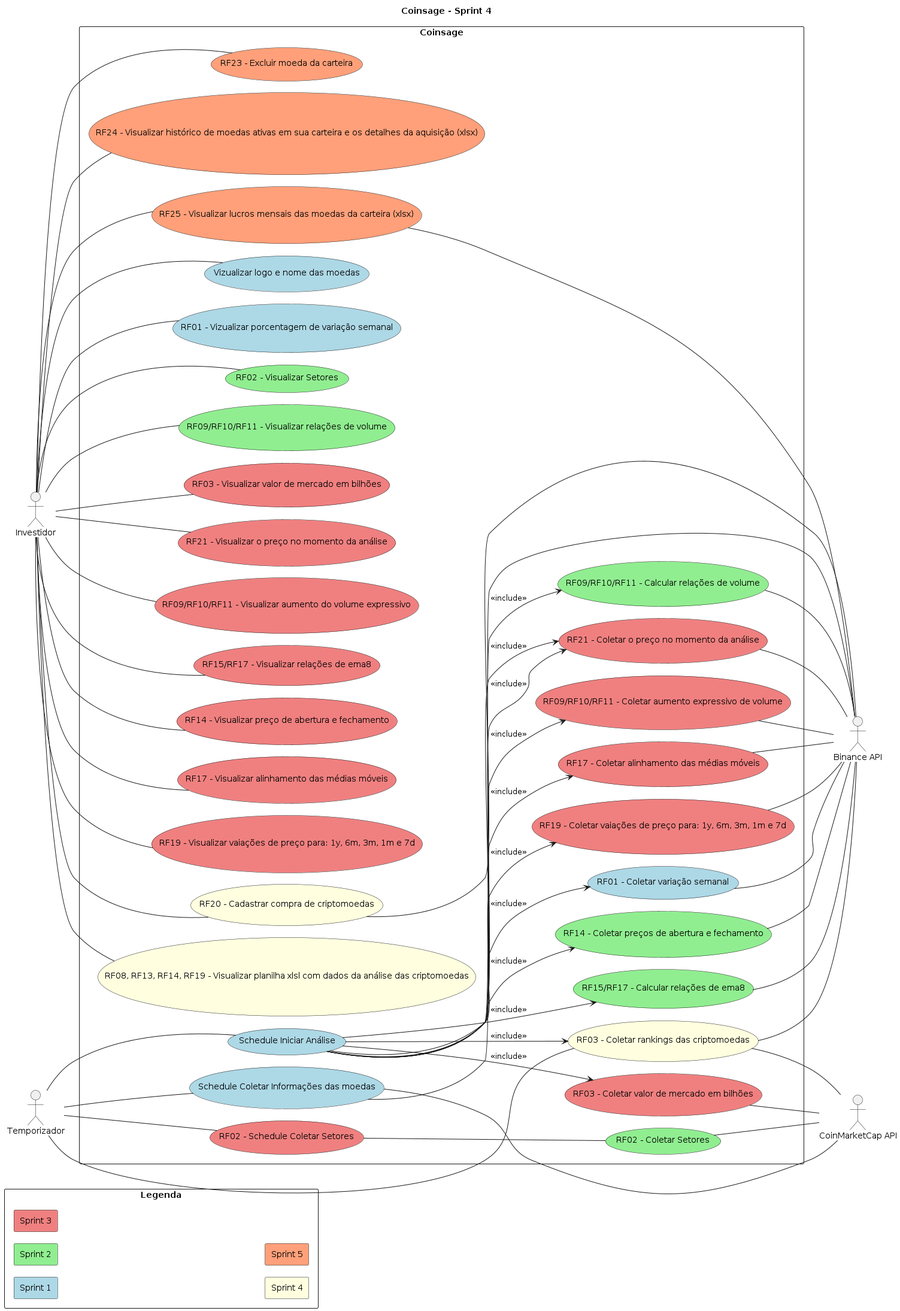
The PlantUML diagram Artefatos/diagramas/casos_de_uso/versions/pngs/current.png in ICEI-PUC-Minas-PPLES-TI/plf-es-2024-1-ti3-8981100-coinsage, before a commit.
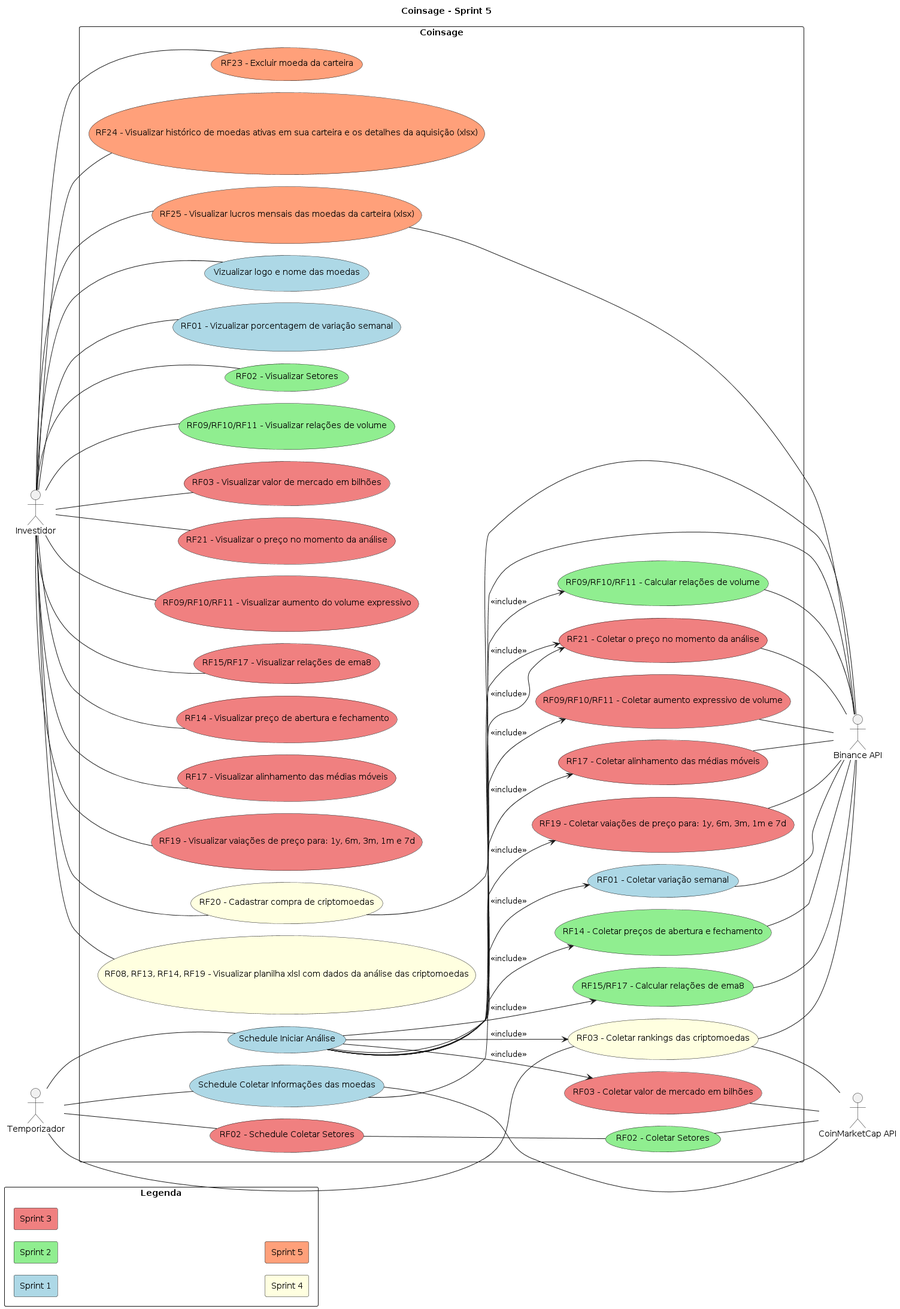
The same file after the commit.

Diff of the diagram source:
```diff
@@ -1,5 +1,5 @@
-@startuml current
-title Coinsage - Sprint 4
+@startuml
+title Coinsage - Sprint 5
 
 left to right direction
 actor "Investidor" as investor
@@ -110,5 +110,4 @@
 sch_analysis --> collect_emas_aligned : <<include>>
 sch_analysis --> collect_cripto_price_variations : <<include>>
 sch_analysis --> collect_rankings : <<include>>
-
 @enduml
```
